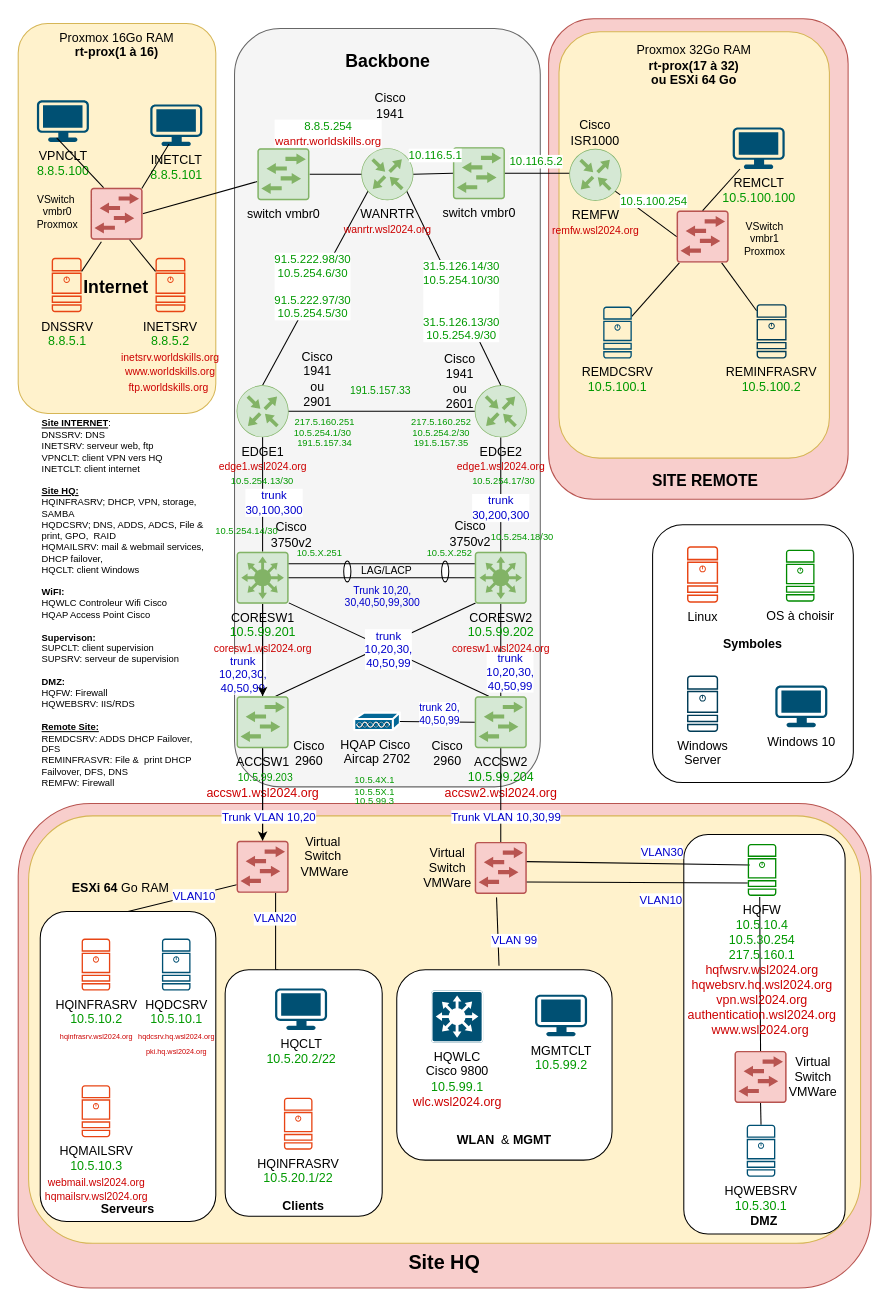
Before: page "Physical - Simplified" (1 of 6) of SAE501-2024-étudiants.drawio in Nayrekk/SAE501, a draw.io diagram. Source tidied: cells renumbered, new cells numbered last; positions are measured from the earlier drawing's top-left corner, leaving out a move shared by most shapes. Both pictures are drawn from the tidied source at 104%, with x=0, y=0 at pixel (18, 19).
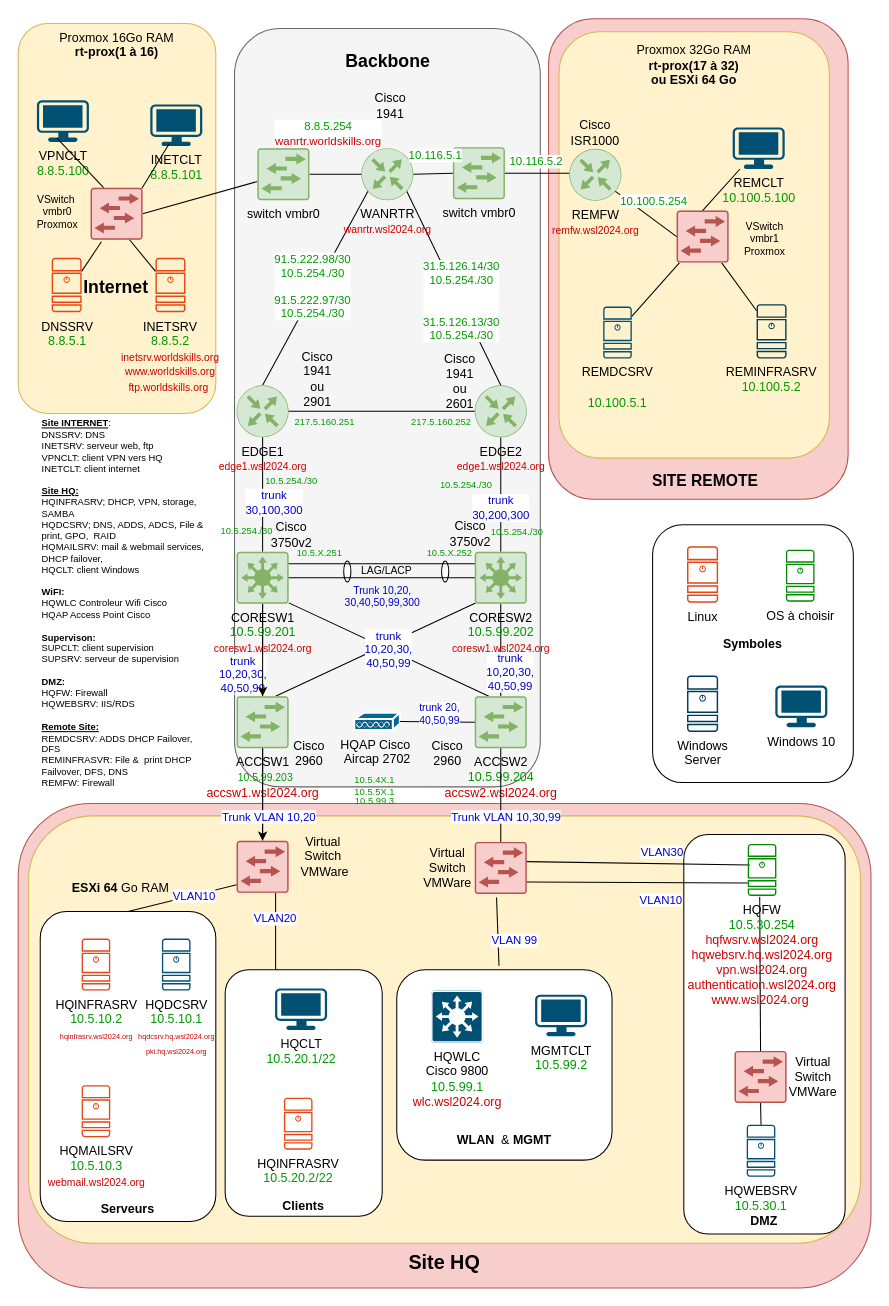
The same page after the edit.

The change refers to these unchanged cells:
```xml
<mxCell id="18" style="edgeStyle=none;rounded=0;jettySize=auto;html=1;exitX=0.5;exitY=0;exitDx=0;exitDy=0;exitPerimeter=0;entryX=0.145;entryY=0.855;entryDx=0;entryDy=0;entryPerimeter=0;endArrow=none;endFill=0;" parent="1" edge="1" source="20">
  <mxGeometry relative="1" as="geometry">
    <mxPoint x="337.2" y="163.8" as="targetPoint" />
  </mxGeometry>
</mxCell>
<mxCell id="27" style="edgeStyle=none;rounded=0;jettySize=auto;html=1;exitX=0.855;exitY=0.8555;exitDx=0;exitDy=0;exitPerimeter=0;entryX=0.5;entryY=0;entryDx=0;entryDy=0;entryPerimeter=0;endArrow=none;endFill=0;" parent="1" edge="1" target="26">
  <mxGeometry relative="1" as="geometry">
    <mxPoint x="372.8" y="163.8" as="sourcePoint" />
  </mxGeometry>
</mxCell>
<mxCell id="76" style="endArrow=none;html=1;rounded=0;exitX=1;exitY=0.75;exitDx=0;exitDy=0;exitPerimeter=0;entryX=0;entryY=0.5;entryDx=0;entryDy=0;entryPerimeter=0;" parent="1" edge="1" target="71">
  <mxGeometry relative="1" as="geometry">
    <mxPoint x="567.5" y="160.5" as="sourcePoint" />
  </mxGeometry>
</mxCell>
```

What changed in the source:
```diff
@@
-    <mxCell id="19" value="&lt;div&gt;&lt;font color=&quot;#009900&quot;&gt;91.5.222.98/30&lt;/font&gt;&lt;/div&gt;&lt;div&gt;&lt;font color=&quot;#009900&quot;&gt;10.5.254.6/30&lt;/font&gt;&lt;/div&gt;&lt;div&gt;&lt;font color=&quot;#009900&quot;&gt;&lt;br&gt;&lt;/font&gt;&lt;/div&gt;&lt;div&gt;&lt;font color=&quot;#009900&quot;&gt;91.5.222.97/30&lt;/font&gt;&lt;/div&gt;&lt;div&gt;&lt;font color=&quot;#009900&quot;&gt;10.5.254.5/30&lt;/font&gt;&lt;br&gt;&lt;/div&gt;" style="edgeLabel;html=1;align=center;verticalAlign=middle;" parent="18" vertex="1">
+    <mxCell id="19" value="&lt;div&gt;&lt;font color=&quot;#009900&quot;&gt;91.5.222.98/30&lt;/font&gt;&lt;/div&gt;&lt;div&gt;&lt;font color=&quot;#009900&quot;&gt;10.5.254./30&lt;/font&gt;&lt;/div&gt;&lt;div&gt;&lt;font color=&quot;#009900&quot;&gt;&lt;br&gt;&lt;/font&gt;&lt;/div&gt;&lt;div&gt;&lt;font color=&quot;#009900&quot;&gt;91.5.222.97/30&lt;/font&gt;&lt;/div&gt;&lt;div&gt;&lt;font color=&quot;#009900&quot;&gt;10.5.254./30&lt;/font&gt;&lt;br&gt;&lt;/div&gt;" style="edgeLabel;html=1;align=center;verticalAlign=middle;" parent="18" vertex="1">
       <mxGeometry x="0.19" y="2" relative="1" as="geometry">
         <mxPoint x="-11" y="17" as="offset" />
       </mxGeometry>
     </mxCell>
@@
-    <mxCell id="28" value="&lt;div&gt;&lt;font color=&quot;#009900&quot;&gt;31.5.126.14/30&lt;/font&gt;&lt;/div&gt;&lt;div&gt;&lt;font color=&quot;#009900&quot;&gt;10.5.254.10/30&lt;br&gt;&lt;/font&gt;&lt;/div&gt;&lt;div&gt;&lt;font color=&quot;#009900&quot;&gt;&lt;br&gt;&lt;/font&gt;&lt;/div&gt;&lt;div&gt;&lt;font color=&quot;#009900&quot;&gt;&lt;br&gt;&lt;/font&gt;&lt;/div&gt;&lt;div&gt;&lt;font color=&quot;#009900&quot;&gt;31.5.126.13/30&lt;/font&gt;&lt;/div&gt;&lt;div&gt;&lt;font color=&quot;#009900&quot;&gt;10.5.254.9/30&lt;/font&gt;&lt;br&gt;&lt;/div&gt;" style="edgeLabel;html=1;align=center;verticalAlign=middle;" parent="27" vertex="1">
+    <mxCell id="28" value="&lt;div&gt;&lt;font color=&quot;#009900&quot;&gt;31.5.126.14/30&lt;/font&gt;&lt;/div&gt;&lt;div&gt;&lt;font color=&quot;#009900&quot;&gt;10.5.254./30&lt;br&gt;&lt;/font&gt;&lt;/div&gt;&lt;div&gt;&lt;font color=&quot;#009900&quot;&gt;&lt;br&gt;&lt;/font&gt;&lt;/div&gt;&lt;div&gt;&lt;font color=&quot;#009900&quot;&gt;&lt;br&gt;&lt;/font&gt;&lt;/div&gt;&lt;div&gt;&lt;font color=&quot;#009900&quot;&gt;31.5.126.13/30&lt;/font&gt;&lt;/div&gt;&lt;div&gt;&lt;font color=&quot;#009900&quot;&gt;10.5.254./30&lt;/font&gt;&lt;br&gt;&lt;/div&gt;" style="edgeLabel;html=1;align=center;verticalAlign=middle;" parent="27" vertex="1">
       <mxGeometry x="0.14" y="1" relative="1" as="geometry" />
     </mxCell>
@@
-    <mxCell id="51" value="&lt;div&gt;HQMAILSRV&lt;/div&gt;&lt;div&gt;&lt;font color=&quot;#009900&quot;&gt;10.5.10.3&lt;/font&gt;&lt;br&gt;&lt;/div&gt;&lt;div&gt;&lt;font style=&quot;font-size: 10px;&quot; color=&quot;#cc0000&quot;&gt;webmail.wsl2024.org&lt;/font&gt;&lt;/div&gt;&lt;div&gt;&lt;font style=&quot;font-size: 10px;&quot; color=&quot;#cc0000&quot;&gt;hqmailsrv.wsl2024.org&lt;/font&gt;&lt;/div&gt;" style="verticalLabelPosition=bottom;html=1;verticalAlign=top;align=center;shape=mxgraph.cisco19.server;fillColor=#E84515;strokeColor=none;" parent="1" vertex="1">
+    <mxCell id="51" value="&lt;div&gt;HQMAILSRV&lt;/div&gt;&lt;div&gt;&lt;font color=&quot;#009900&quot;&gt;10.5.10.3&lt;/font&gt;&lt;br&gt;&lt;/div&gt;&lt;div&gt;&lt;font style=&quot;font-size: 10px;&quot; color=&quot;#cc0000&quot;&gt;webmail.wsl2024.org&lt;/font&gt;&lt;/div&gt;" style="verticalLabelPosition=bottom;html=1;verticalAlign=top;align=center;shape=mxgraph.cisco19.server;fillColor=#E84515;strokeColor=none;" parent="1" vertex="1">
       <mxGeometry x="61" y="1025" width="27.5" height="50" as="geometry" />
     </mxCell>
@@
-    <mxCell id="61" value="&lt;div&gt;REMCLT&lt;/div&gt;&lt;div&gt;&lt;font color=&quot;#009900&quot;&gt;10.5.100.100&lt;/font&gt;&lt;br&gt;&lt;/div&gt;" style="points=[[0.03,0.03,0],[0.5,0,0],[0.97,0.03,0],[1,0.4,0],[0.97,0.745,0],[0.5,1,0],[0.03,0.745,0],[0,0.4,0]];verticalLabelPosition=bottom;html=1;verticalAlign=top;align=center;shape=mxgraph.cisco19.workstation;fillColor=#005073;strokeColor=none;" parent="1" vertex="1">
+    <mxCell id="61" value="&lt;div&gt;REMCLT&lt;/div&gt;&lt;div&gt;&lt;font color=&quot;#009900&quot;&gt;10.100.5.100&lt;/font&gt;&lt;br&gt;&lt;/div&gt;" style="points=[[0.03,0.03,0],[0.5,0,0],[0.97,0.03,0],[1,0.4,0],[0.97,0.745,0],[0.5,1,0],[0.03,0.745,0],[0,0.4,0]];verticalLabelPosition=bottom;html=1;verticalAlign=top;align=center;shape=mxgraph.cisco19.workstation;fillColor=#005073;strokeColor=none;" parent="1" vertex="1">
       <mxGeometry x="687" y="104" width="50" height="40" as="geometry" />
     </mxCell>
@@
-    <mxCell id="63" value="&lt;div&gt;REMINFRASRV&lt;/div&gt;&lt;div&gt;&lt;font color=&quot;#009900&quot;&gt;10.5.100.2&lt;/font&gt;&lt;/div&gt;" style="points=[[0.015,0.015,0],[0.985,0.015,0],[0.985,0.985,0],[0.015,0.985,0],[0.25,0,0],[0.5,0,0],[0.75,0,0],[1,0.25,0],[1,0.5,0],[1,0.75,0],[0.75,1,0],[0.5,1,0],[0.25,1,0],[0,0.75,0],[0,0.5,0],[0,0.25,0]];verticalLabelPosition=bottom;html=1;verticalAlign=top;align=center;shape=mxgraph.cisco19.server;fillColor=#003C57;strokeColor=none;" parent="1" vertex="1">
+    <mxCell id="63" value="&lt;div&gt;REMINFRASRV&lt;/div&gt;&lt;div&gt;&lt;font color=&quot;#009900&quot;&gt;10.100.5.2&lt;/font&gt;&lt;/div&gt;" style="points=[[0.015,0.015,0],[0.985,0.015,0],[0.985,0.985,0],[0.015,0.985,0],[0.25,0,0],[0.5,0,0],[0.75,0,0],[1,0.25,0],[1,0.5,0],[1,0.75,0],[0.75,1,0],[0.5,1,0],[0.25,1,0],[0,0.75,0],[0,0.5,0],[0,0.25,0]];verticalLabelPosition=bottom;html=1;verticalAlign=top;align=center;shape=mxgraph.cisco19.server;fillColor=#003C57;strokeColor=none;" parent="1" vertex="1">
       <mxGeometry x="710" y="274" width="28.8" height="52.3" as="geometry" />
     </mxCell>
@@
-    <mxCell id="65" value="&lt;div&gt;REMDCSRV&lt;/div&gt;&lt;div&gt;&lt;font color=&quot;#009900&quot;&gt;10.5.100.1&lt;/font&gt;&lt;br&gt;&lt;/div&gt;" style="points=[[0.015,0.015,0],[0.985,0.015,0],[0.985,0.985,0],[0.015,0.985,0],[0.25,0,0],[0.5,0,0],[0.75,0,0],[1,0.25,0],[1,0.5,0],[1,0.75,0],[0.75,1,0],[0.5,1,0],[0.25,1,0],[0,0.75,0],[0,0.5,0],[0,0.25,0]];verticalLabelPosition=bottom;html=1;verticalAlign=top;align=center;shape=mxgraph.cisco19.server;fillColor=#005073;strokeColor=none;" parent="1" vertex="1">
+    <mxCell id="65" value="&lt;div&gt;REMDCSRV&lt;/div&gt;&lt;div&gt;&lt;br&gt;&lt;/div&gt;&lt;div&gt;&lt;font color=&quot;#009900&quot;&gt;10.100.5.1&lt;/font&gt;&lt;br&gt;&lt;/div&gt;" style="points=[[0.015,0.015,0],[0.985,0.015,0],[0.985,0.985,0],[0.015,0.985,0],[0.25,0,0],[0.5,0,0],[0.75,0,0],[1,0.25,0],[1,0.5,0],[1,0.75,0],[0.75,1,0],[0.5,1,0],[0.25,1,0],[0,0.75,0],[0,0.5,0],[0,0.25,0]];verticalLabelPosition=bottom;html=1;verticalAlign=top;align=center;shape=mxgraph.cisco19.server;fillColor=#005073;strokeColor=none;" parent="1" vertex="1">
       <mxGeometry x="562.5" y="276.3" width="27.5" height="50" as="geometry" />
     </mxCell>
@@
-    <mxCell id="77" value="&lt;div&gt;10.5.100.254&lt;/div&gt;" style="edgeLabel;html=1;align=center;verticalAlign=middle;fontColor=#009900;" parent="76" vertex="1">
+    <mxCell id="77" value="&lt;div&gt;10.100.5.254&lt;/div&gt;" style="edgeLabel;html=1;align=center;verticalAlign=middle;fontColor=#009900;" parent="76" vertex="1">
       <mxGeometry y="-2" relative="1" as="geometry">
         <mxPoint x="11" y="-12" as="offset" />
       </mxGeometry>
     </mxCell>
@@
-    <mxCell id="96" value="&lt;div&gt;HQCLT&lt;/div&gt;&lt;div&gt;&lt;font color=&quot;#009900&quot;&gt;10.5.20.2/22&lt;/font&gt;&lt;br&gt;&lt;/div&gt;" style="verticalLabelPosition=bottom;html=1;verticalAlign=top;align=center;shape=mxgraph.cisco19.workstation;fillColor=#005073;strokeColor=none;" parent="1" vertex="1">
+    <mxCell id="96" value="&lt;div&gt;HQCLT&lt;/div&gt;&lt;div&gt;&lt;font color=&quot;#009900&quot;&gt;10.5.20.1/22&lt;/font&gt;&lt;br&gt;&lt;/div&gt;" style="verticalLabelPosition=bottom;html=1;verticalAlign=top;align=center;shape=mxgraph.cisco19.workstation;fillColor=#005073;strokeColor=none;" parent="1" vertex="1">
       <mxGeometry x="247" y="932" width="50" height="40" as="geometry" />
     </mxCell>
@@
-    <mxCell id="113" value="&lt;div&gt;&lt;font color=&quot;#000000&quot;&gt;HQFW&lt;/font&gt;&lt;/div&gt;&lt;div&gt;&lt;font color=&quot;#009900&quot;&gt;10.5.10.4&lt;/font&gt;&lt;br&gt;&lt;/div&gt;&lt;div&gt;&lt;span style=&quot;color: rgb(0, 153, 0);&quot;&gt;10.5.30.254&lt;/span&gt;&lt;font color=&quot;#009900&quot;&gt;&lt;/font&gt;&lt;/div&gt;&lt;div&gt;&lt;span style=&quot;color: rgb(0, 153, 0);&quot;&gt;217.5.160.1&lt;/span&gt;&lt;/div&gt;&lt;div&gt;&lt;font color=&quot;#cc0000&quot;&gt;hqfwsrv.wsl2024.org&lt;/font&gt;&lt;font color=&quot;#009900&quot;&gt;&lt;/font&gt;&lt;/div&gt;&lt;div&gt;&lt;font color=&quot;#cc0000&quot;&gt;hqwebsrv.hq.wsl2024.org&lt;/font&gt;&lt;/div&gt;&lt;div&gt;&lt;font color=&quot;#cc0000&quot;&gt;vpn.wsl2024.org&lt;/font&gt;&lt;/div&gt;&lt;div&gt;&lt;font color=&quot;#cc0000&quot;&gt;authentication.wsl2024.org&lt;/font&gt;&lt;/div&gt;&lt;div&gt;&lt;font color=&quot;#cc0000&quot;&gt;www.wsl2024.org&amp;nbsp;&lt;/font&gt;&lt;/div&gt;" style="points=[[0.015,0.015,0],[0.985,0.015,0],[0.985,0.985,0],[0.015,0.985,0],[0.25,0,0],[0.5,0,0],[0.75,0,0],[1,0.25,0],[1,0.5,0],[1,0.75,0],[0.75,1,0],[0.5,1,0],[0.25,1,0],[0,0.75,0],[0,0.5,0],[0,0.25,0]];verticalLabelPosition=bottom;html=1;verticalAlign=top;align=center;shape=mxgraph.cisco19.server;fillColor=#008a00;strokeColor=#000000;fontColor=#ffffff;" parent="1" vertex="1">
+    <mxCell id="113" value="&lt;div&gt;&lt;font color=&quot;#000000&quot;&gt;HQFW&lt;/font&gt;&lt;/div&gt;&lt;div&gt;&lt;font color=&quot;#009900&quot;&gt;10.5.30.254&lt;/font&gt;&lt;br&gt;&lt;/div&gt;&lt;div&gt;&lt;font color=&quot;#cc0000&quot;&gt;hqfwsrv.wsl2024.org&lt;/font&gt;&lt;font color=&quot;#009900&quot;&gt;&lt;/font&gt;&lt;/div&gt;&lt;div&gt;&lt;font color=&quot;#cc0000&quot;&gt;hqwebsrv.hq.wsl2024.org&lt;/font&gt;&lt;/div&gt;&lt;div&gt;&lt;font color=&quot;#cc0000&quot;&gt;vpn.wsl2024.org&lt;/font&gt;&lt;/div&gt;&lt;div&gt;&lt;font color=&quot;#cc0000&quot;&gt;authentication.wsl2024.org&lt;/font&gt;&lt;/div&gt;&lt;div&gt;&lt;font color=&quot;#cc0000&quot;&gt;www.wsl2024.org&amp;nbsp;&lt;/font&gt;&lt;/div&gt;" style="points=[[0.015,0.015,0],[0.985,0.015,0],[0.985,0.985,0],[0.015,0.985,0],[0.25,0,0],[0.5,0,0],[0.75,0,0],[1,0.25,0],[1,0.5,0],[1,0.75,0],[0.75,1,0],[0.5,1,0],[0.25,1,0],[0,0.75,0],[0,0.5,0],[0,0.25,0]];verticalLabelPosition=bottom;html=1;verticalAlign=top;align=center;shape=mxgraph.cisco19.server;fillColor=#008a00;strokeColor=#000000;fontColor=#ffffff;" parent="1" vertex="1">
       <mxGeometry x="701.5" y="793" width="27.5" height="50" as="geometry" />
     </mxCell>
-    <mxCell id="114" value="&lt;div&gt;HQINFRASRV&lt;/div&gt;&lt;div&gt;&lt;font color=&quot;#009900&quot;&gt;10.5.20.1/22&lt;/font&gt;&lt;br&gt;&lt;/div&gt;" style="verticalLabelPosition=bottom;html=1;verticalAlign=top;align=center;shape=mxgraph.cisco19.server;fillColor=#E84515;strokeColor=none;" parent="1" vertex="1">
+    <mxCell id="114" value="&lt;div&gt;HQINFRASRV&lt;/div&gt;&lt;div&gt;&lt;font color=&quot;#009900&quot;&gt;10.5.20.2/22&lt;/font&gt;&lt;br&gt;&lt;/div&gt;" style="verticalLabelPosition=bottom;html=1;verticalAlign=top;align=center;shape=mxgraph.cisco19.server;fillColor=#E84515;strokeColor=none;" parent="1" vertex="1">
       <mxGeometry x="255.5" y="1037" width="27.5" height="50" as="geometry" />
     </mxCell>
@@
-    <mxCell id="117" value="&lt;font color=&quot;#009900&quot; style=&quot;font-size: 9px;&quot;&gt;10.5.254.1/30&lt;/font&gt;" style="text;html=1;align=center;verticalAlign=middle;whiteSpace=wrap;rounded=0;" parent="1" vertex="1">
-      <mxGeometry x="263.1" y="382" width="60" height="30" as="geometry" />
+    <mxCell id="117" value="&lt;font color=&quot;#009900&quot; style=&quot;font-size: 9px;&quot;&gt;10.5.254./30&lt;/font&gt;" style="text;html=1;align=center;verticalAlign=middle;whiteSpace=wrap;rounded=0;" parent="1" vertex="1">
+      <mxGeometry x="233" y="428" width="60" height="30" as="geometry" />
     </mxCell>
-    <mxCell id="118" value="&lt;font style=&quot;font-size: 9px;&quot;&gt;10.5.254.14/30&lt;/font&gt;" style="text;html=1;align=center;verticalAlign=middle;whiteSpace=wrap;rounded=0;fontColor=#009900;" parent="1" vertex="1">
+    <mxCell id="118" value="&lt;font style=&quot;font-size: 9px;&quot;&gt;10.5.254./30&lt;/font&gt;" style="text;html=1;align=center;verticalAlign=middle;whiteSpace=wrap;rounded=0;fontColor=#009900;" parent="1" vertex="1">
       <mxGeometry x="190" y="476" width="60" height="30" as="geometry" />
     </mxCell>
-    <mxCell id="119" value="&lt;font color=&quot;#009900&quot; style=&quot;font-size: 9px;&quot;&gt;10.5.254.2/30&lt;/font&gt;" style="text;html=1;align=center;verticalAlign=middle;whiteSpace=wrap;rounded=0;" parent="1" vertex="1">
-      <mxGeometry x="377" y="382" width="60" height="30" as="geometry" />
+    <mxCell id="119" value="&lt;font color=&quot;#009900&quot; style=&quot;font-size: 9px;&quot;&gt;10.5.254./30&lt;/font&gt;" style="text;html=1;align=center;verticalAlign=middle;whiteSpace=wrap;rounded=0;" parent="1" vertex="1">
+      <mxGeometry x="401" y="431.5" width="60" height="30" as="geometry" />
     </mxCell>
-    <mxCell id="120" value="&lt;font style=&quot;font-size: 9px;&quot;&gt;10.5.254.17/30&lt;/font&gt;" style="text;html=1;align=center;verticalAlign=middle;whiteSpace=wrap;rounded=0;fontColor=#009900;" parent="1" vertex="1">
-      <mxGeometry x="437" y="428" width="60" height="30" as="geometry" />
+    <mxCell id="120" value="&lt;font style=&quot;font-size: 9px;&quot;&gt;10.5.254./30&lt;/font&gt;" style="text;html=1;align=center;verticalAlign=middle;whiteSpace=wrap;rounded=0;fontColor=#009900;" parent="1" vertex="1">
+      <mxGeometry x="450" y="476.7" width="60" height="30" as="geometry" />
     </mxCell>
@@
-    <mxCell id="126" value="&lt;font size=&quot;1&quot; color=&quot;#009900&quot;&gt;191.5.157.33&amp;nbsp;&lt;/font&gt;" style="text;html=1;align=center;verticalAlign=middle;whiteSpace=wrap;rounded=0;" parent="1" vertex="1">
-      <mxGeometry x="319.9" y="342" width="60" height="30" as="geometry" />
-    </mxCell>
-    <mxCell id="127" value="&lt;font style=&quot;font-size: 9px;&quot;&gt;10.5.254.13/30&lt;/font&gt;" style="text;html=1;align=center;verticalAlign=middle;whiteSpace=wrap;rounded=0;fontColor=#009900;" parent="1" vertex="1">
-      <mxGeometry x="205" y="428" width="60" height="30" as="geometry" />
-    </mxCell>
-    <mxCell id="128" value="&lt;font style=&quot;font-size: 9px;&quot;&gt;10.5.254.18/30&lt;/font&gt;" style="text;html=1;align=center;verticalAlign=middle;whiteSpace=wrap;rounded=0;fontColor=#009900;" parent="1" vertex="1">
-      <mxGeometry x="455" y="482" width="60" height="30" as="geometry" />
-    </mxCell>
-    <mxCell id="129" value="&lt;font color=&quot;#009900&quot; style=&quot;font-size: 9px;&quot;&gt;191.5.157.34&lt;/font&gt;" style="text;html=1;align=center;verticalAlign=middle;whiteSpace=wrap;rounded=0;" parent="1" vertex="1">
-      <mxGeometry x="265" y="392" width="60" height="30" as="geometry" />
-    </mxCell>
-    <mxCell id="130" value="&lt;font color=&quot;#009900&quot; style=&quot;font-size: 9px;&quot;&gt;191.5.157.35&lt;/font&gt;" style="text;html=1;align=center;verticalAlign=middle;whiteSpace=wrap;rounded=0;" parent="1" vertex="1">
-      <mxGeometry x="377" y="392" width="60" height="30" as="geometry" />
-    </mxCell>
```
